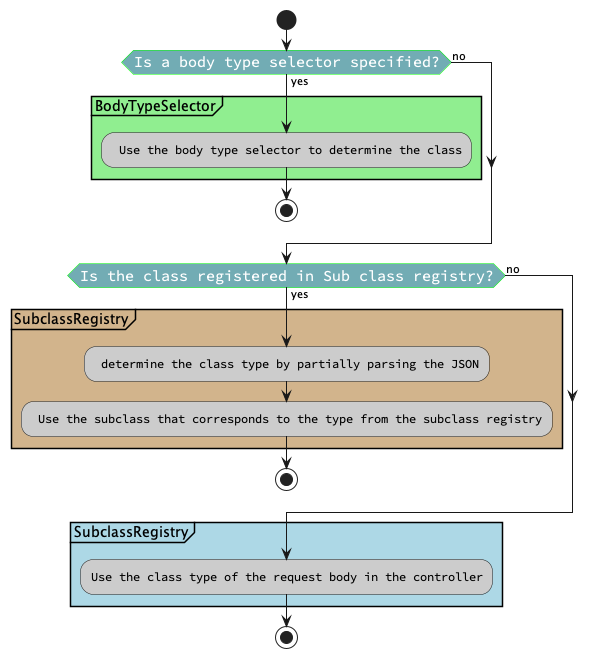
This is images/chenile/transformation-algorithm.png from rajakolluru/cheniledocs.github.io, a PlantUML export, as it was before one commit. The source it was exported from:
```plantuml
@startuml
skinparam {
    ActivityBackgroundColor #cccccc
    ActivityFontName "Source Code Pro"
}

<style>
activityDiagram {
  BackgroundColor #33668E
  BorderColor #33668E
  FontColor #888
  FontName "Source Code Pro"


  diamond {
    BackgroundColor #72acb4
    LineColor #00FF00
    FontColor white
    FontSize 15
  }
  arrow {
    FontName "Source Code Pro""
    FontSize 15
  }
  partition {
    LineColor red
    FontColor green
    RoundCorner 10
    BackgroundColor PeachPuff
  }
  note {
    FontColor Blue
    LineColor Navy
    BackgroundColor #ccf
  }
}
document {
   BackgroundColor transparent
}

</style>
start
if(Is a body type selector specified?) then (yes)
partition #LightGreen BodyTypeSelector {
    : Use the body type selector to determine the class;
}
stop
else (no)
endif
if(Is the class registered in Sub class registry?) then (yes)
partition #tan SubclassRegistry {
    : determine the class type by partially parsing the JSON;
    : Use the subclass that corresponds to the type from the subclass registry;
}
stop
else (no)
endif
partition #LightBlue SubclassRegistry {
    :Use the class type of the request body in the controller;
}
stop
@enduml
```
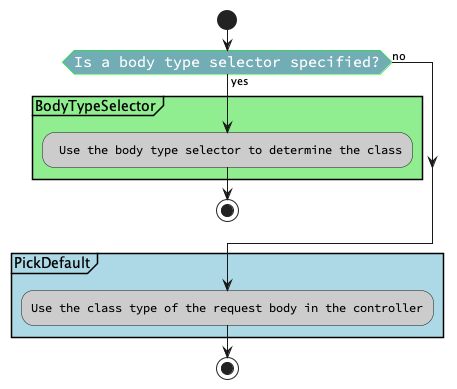
The same diagram one commit later.

What changed in the source:
```diff
@@ -47,15 +47,7 @@
 stop
 else (no)
 endif
-if(Is the class registered in Sub class registry?) then (yes)
-partition #tan SubclassRegistry {
-    : determine the class type by partially parsing the JSON;
-    : Use the subclass that corresponds to the type from the subclass registry;
-}
-stop
-else (no)
-endif
-partition #LightBlue SubclassRegistry {
+partition #LightBlue PickDefault {
     :Use the class type of the request body in the controller;
 }
 stop
```
